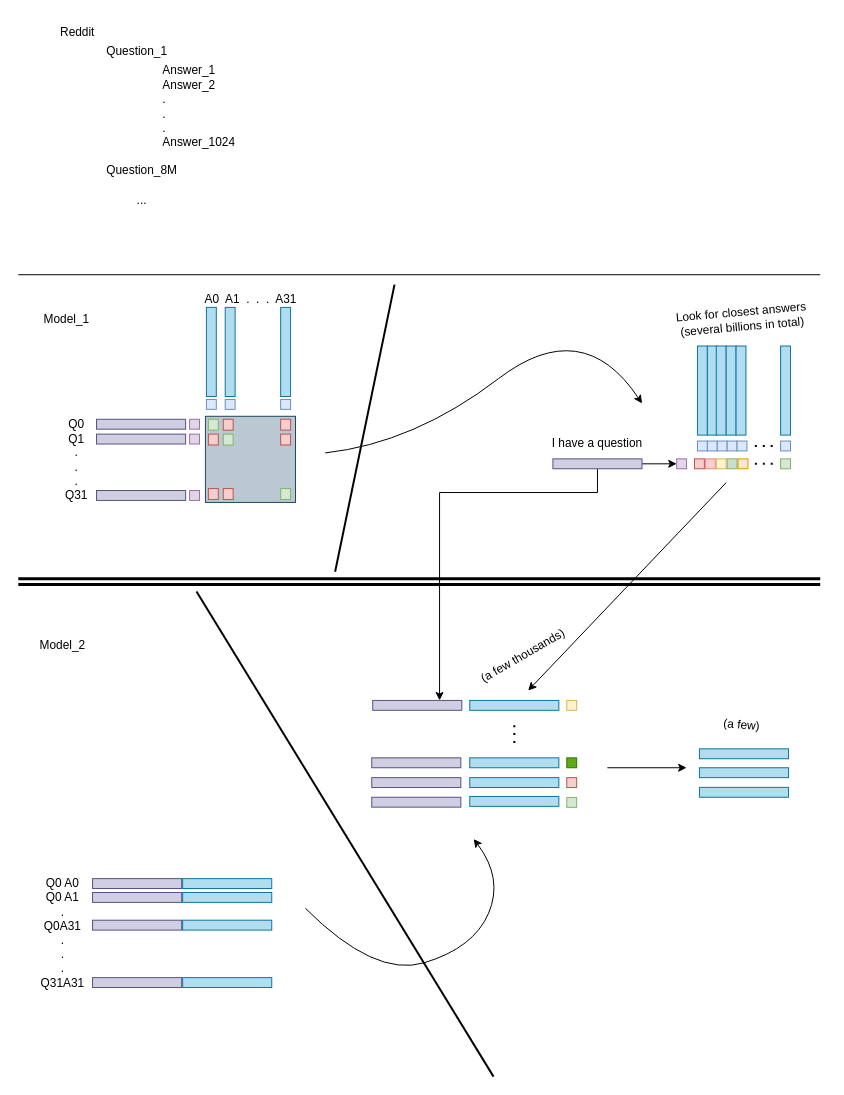
The draw.io diagram Untitled Diagram.drawio in nofreewill42/AI, before the edit. Source tidied: cells renumbered, new cells numbered last; positions are measured from the earlier drawing's top-left corner, leaving out a move shared by most shapes. Both pictures are drawn from the tidied source at 99%, with x=0, y=0 at pixel (18, 17).
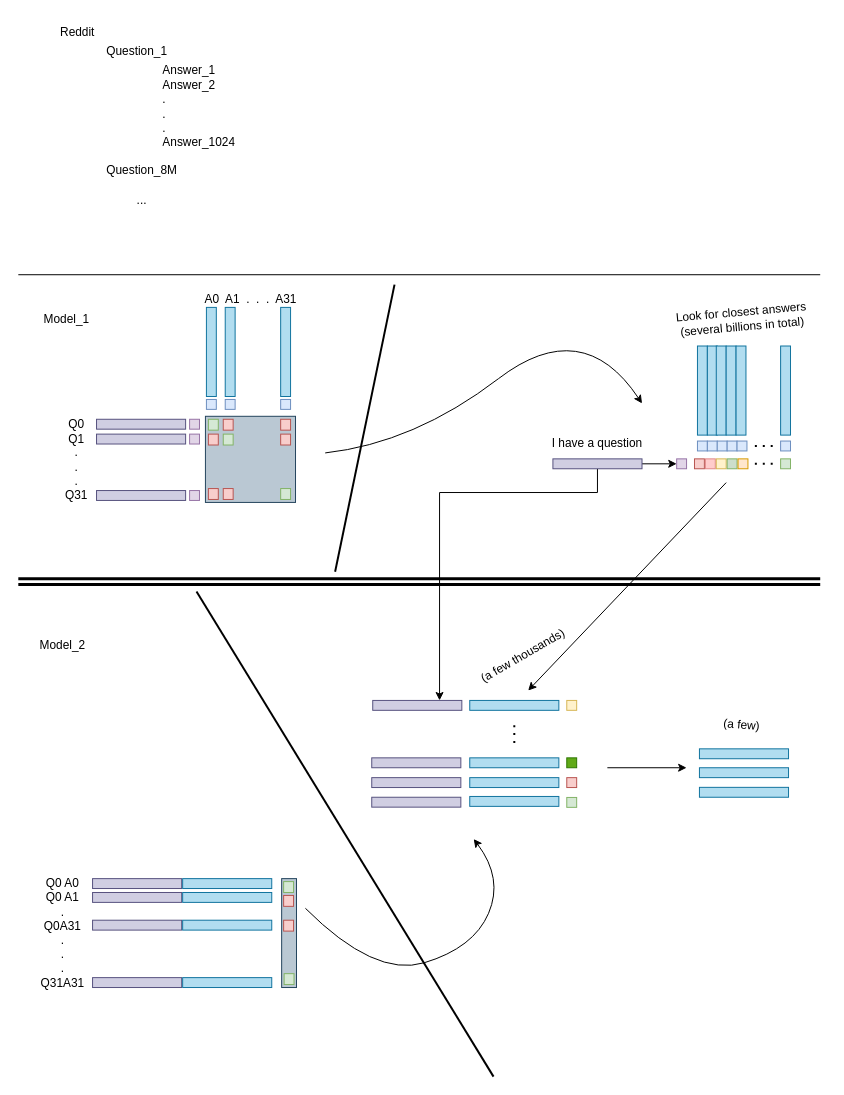
The same page after the edit.

The edit, as a diff of the source:
```diff
@@
+    <mxCell id="99" style="rounded=0;whiteSpace=wrap;html=1;fillColor=#bac8d3;strokeColor=#23445d;" parent="1" vertex="1">
+      <mxGeometry x="266" y="870" width="15" height="110" as="geometry" />
+    </mxCell>
+    <mxCell id="100" style="rounded=0;whiteSpace=wrap;html=1;fillColor=#d5e8d4;strokeColor=#82b366;" parent="1" vertex="1">
+      <mxGeometry x="268" y="873" width="10" height="11" as="geometry" />
+    </mxCell>
+    <mxCell id="101" style="rounded=0;whiteSpace=wrap;html=1;fillColor=#f8cecc;strokeColor=#b85450;" parent="1" vertex="1">
+      <mxGeometry x="268" y="887" width="10" height="11" as="geometry" />
+    </mxCell>
+    <mxCell id="102" style="rounded=0;whiteSpace=wrap;html=1;fillColor=#d5e8d4;strokeColor=#82b366;" parent="1" vertex="1">
+      <mxGeometry x="268.5" y="966" width="10" height="11" as="geometry" />
+    </mxCell>
+    <mxCell id="103" style="rounded=0;whiteSpace=wrap;html=1;fillColor=#f8cecc;strokeColor=#b85450;" parent="1" vertex="1">
+      <mxGeometry x="268" y="912" width="10" height="11" as="geometry" />
+    </mxCell>
```
